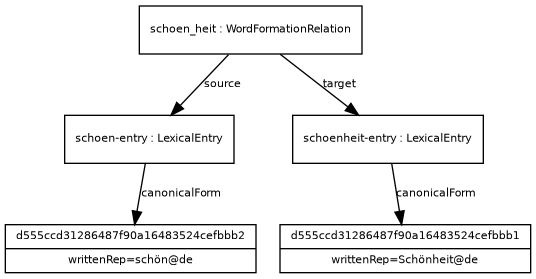
Above: examples/example_17.png in ontolex/morph (Graphviz), before the change. Its source is kept beside it as examples/example_17.dot. Its diagram source:
```dot
digraph G {
  fontname = "Bitstream Vera Sans"
    fontsize = 8

    node [
      fontname = "Bitstream Vera Sans"
      fontsize = 8
      shape = "record"
    ]

    edge [
      fontname = "Bitstream Vera Sans"
      fontsize = 8
    ]

d555ccd31286487f90a16483524cefbbb2 [ label="{d555ccd31286487f90a16483524cefbbb2|writtenRep=schön@de}" ]
schoenentry -> d555ccd31286487f90a16483524cefbbb2 [ label="canonicalForm" ]
schoenentry [ label="{schoen-entry : LexicalEntry}" ]
schoen_heit -> schoenentry [ label="source" ]
d555ccd31286487f90a16483524cefbbb1 [ label="{d555ccd31286487f90a16483524cefbbb1|writtenRep=Schönheit@de}" ]
schoenheitentry -> d555ccd31286487f90a16483524cefbbb1 [ label="canonicalForm" ]
schoenheitentry [ label="{schoenheit-entry : LexicalEntry}" ]
schoen_heit -> schoenheitentry [ label="target" ]
schoen_heit [ label="{schoen_heit : WordFormationRelation}" ]
}
```
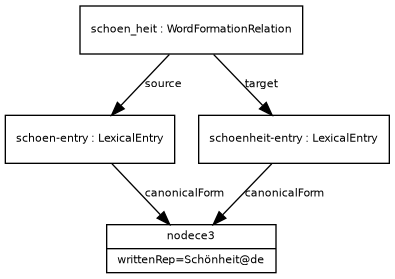
Above is the later version.

The edit, as a diff of the source:
```diff
@@ -13,12 +13,12 @@
       fontsize = 8
     ]
 
-d555ccd31286487f90a16483524cefbbb2 [ label="{d555ccd31286487f90a16483524cefbbb2|writtenRep=schön@de}" ]
-schoenentry -> d555ccd31286487f90a16483524cefbbb2 [ label="canonicalForm" ]
+nodece3 [ label="{nodece3|writtenRep=schön@de}" ]
+schoenentry -> nodece3 [ label="canonicalForm" ]
 schoenentry [ label="{schoen-entry : LexicalEntry}" ]
 schoen_heit -> schoenentry [ label="source" ]
-d555ccd31286487f90a16483524cefbbb1 [ label="{d555ccd31286487f90a16483524cefbbb1|writtenRep=Schönheit@de}" ]
-schoenheitentry -> d555ccd31286487f90a16483524cefbbb1 [ label="canonicalForm" ]
+nodece3 [ label="{nodece3|writtenRep=Schönheit@de}" ]
+schoenheitentry -> nodece3 [ label="canonicalForm" ]
 schoenheitentry [ label="{schoenheit-entry : LexicalEntry}" ]
 schoen_heit -> schoenheitentry [ label="target" ]
 schoen_heit [ label="{schoen_heit : WordFormationRelation}" ]
```
